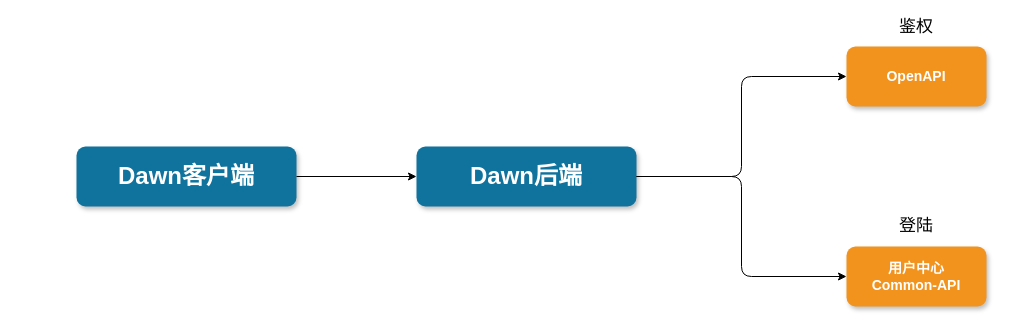
The draw.io diagram Untitled Diagram.drawio in liliang1213/diagram, before the edit. Source tidied: cells renumbered, new cells numbered last; positions are measured from the earlier drawing's top-left corner, leaving out a move shared by most shapes. Both pictures are drawn from the tidied source at 100%, with x=0, y=0 at pixel (76, 17).
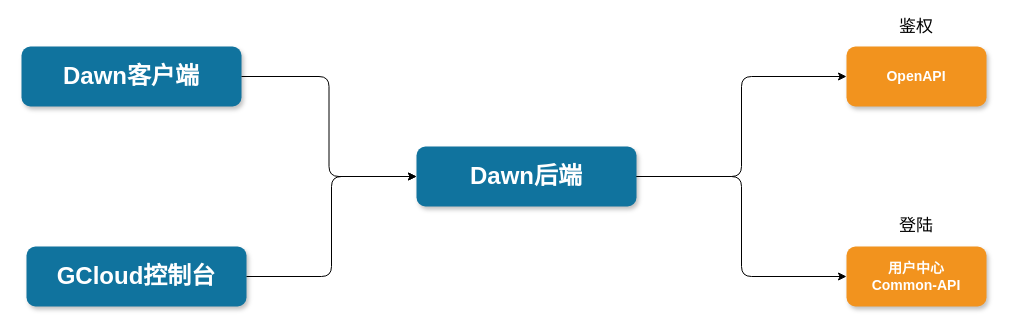
After the change.

Change to the diagram source:
```diff
@@
 <mxGraphModel>
   <root>
     <mxCell id="0" />
     <mxCell id="1" parent="0" />
     <mxCell id="2" value="OpenAPI" style="whiteSpace=wrap;rounded=1;fillColor=#F2931E;strokeColor=none;shadow=1;fontColor=#FFFFFF;fontStyle=1;fontSize=14;" parent="1" vertex="1">
       <mxGeometry x="770" y="29" width="140" height="60" as="geometry" />
     </mxCell>
     <mxCell id="3" value="Dawn后端" style="whiteSpace=wrap;rounded=1;shadow=1;fillColor=#10739E;strokeColor=none;fontColor=#FFFFFF;fontStyle=1;fontSize=24;" parent="1" vertex="1">
       <mxGeometry x="340" y="129" width="220" height="60" as="geometry" />
     </mxCell>
     <mxCell id="4" value="Dawn客户端" style="whiteSpace=wrap;rounded=1;shadow=1;fillColor=#10739E;strokeColor=none;fontColor=#FFFFFF;fontStyle=1;fontSize=24;" parent="1" vertex="1">
-      <mxGeometry y="129" width="220" height="60" as="geometry" />
+      <mxGeometry x="-55" y="29" width="220" height="60" as="geometry" />
     </mxCell>
     <mxCell id="5" value="用户中心&#10;Common-API" style="whiteSpace=wrap;rounded=1;fillColor=#F2931E;strokeColor=none;shadow=1;fontColor=#FFFFFF;fontStyle=1;fontSize=14;" parent="1" vertex="1">
       <mxGeometry x="770" y="229" width="140" height="60" as="geometry" />
     </mxCell>
     <mxCell id="6" style="endArrow=classic;html=1;entryX=0;entryY=0.5;entryDx=0;entryDy=0;exitX=1;exitY=0.5;exitDx=0;exitDy=0;edgeStyle=orthogonalEdgeStyle;" parent="1" edge="1" source="3" target="2">
       <mxGeometry relative="1" as="geometry" />
     </mxCell>
     <mxCell id="7" style="endArrow=classic;html=1;entryX=0;entryY=0.5;entryDx=0;entryDy=0;exitX=1;exitY=0.5;exitDx=0;exitDy=0;edgeStyle=orthogonalEdgeStyle;entryPerimeter=0;" parent="1" edge="1" source="3" target="5">
       <mxGeometry relative="1" as="geometry" />
     </mxCell>
-    <mxCell id="8" style="endArrow=classic;html=1;exitX=1;exitY=0.5;exitDx=0;exitDy=0;entryX=0;entryY=0.5;entryDx=0;entryDy=0;" parent="1" edge="1" source="4" target="3">
-      <mxGeometry relative="1" as="geometry" />
-    </mxCell>
     <mxCell id="9" value="登陆" style="text;html=1;strokeColor=none;fillColor=none;align=center;verticalAlign=middle;whiteSpace=wrap;rounded=0;fontSize=17;" parent="1" vertex="1">
       <mxGeometry x="820" y="199" width="40" height="20" as="geometry" />
     </mxCell>
     <mxCell id="10" value="鉴权" style="text;html=1;strokeColor=none;fillColor=none;align=center;verticalAlign=middle;whiteSpace=wrap;rounded=0;fontSize=17;" parent="1" vertex="1">
       <mxGeometry x="820" width="40" height="20" as="geometry" />
     </mxCell>
+    <mxCell id="8" style="endArrow=classic;html=1;entryX=0;entryY=0.5;entryDx=0;entryDy=0;edgeStyle=orthogonalEdgeStyle;" parent="1" edge="1" source="4" target="3">
+      <mxGeometry relative="1" as="geometry" />
+    </mxCell>
+    <mxCell id="11" value="GCloud控制台" style="whiteSpace=wrap;rounded=1;shadow=1;fillColor=#10739E;strokeColor=none;fontColor=#FFFFFF;fontStyle=1;fontSize=24;" parent="1" vertex="1">
+      <mxGeometry x="-50" y="229" width="220" height="60" as="geometry" />
+    </mxCell>
+    <mxCell id="12" style="endArrow=classic;html=1;entryX=0;entryY=0.5;entryDx=0;entryDy=0;edgeStyle=orthogonalEdgeStyle;exitX=1;exitY=0.5;exitDx=0;exitDy=0;" parent="1" edge="1" source="11" target="3">
+      <mxGeometry relative="1" as="geometry" />
+    </mxCell>
   </root>
 </mxGraphModel>
```
